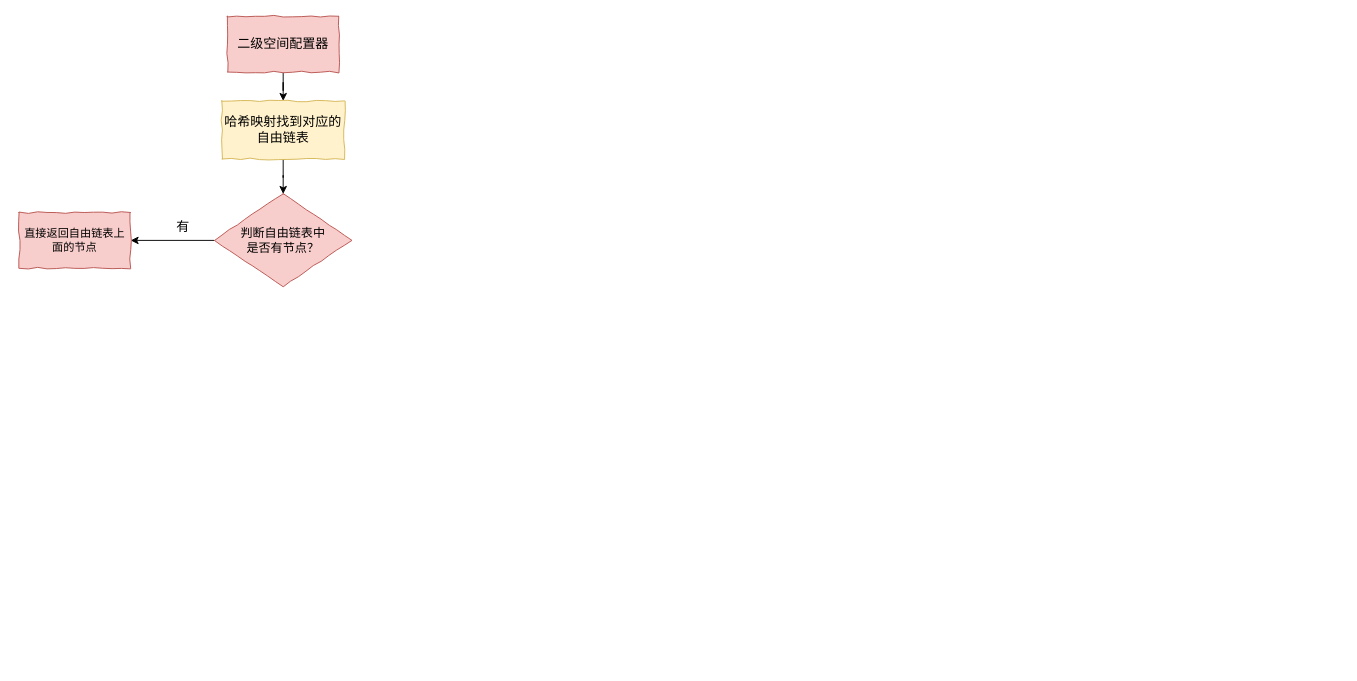
Earlier version of the draw.io diagram draw/STL空间配置器4.drawio (panoh/image). Source tidied: cells renumbered, new cells numbered last; positions are measured from the earlier drawing's top-left corner, leaving out a move shared by most shapes. Both pictures are drawn from the tidied source at 93%, with x=0, y=0 at pixel (19, 16).
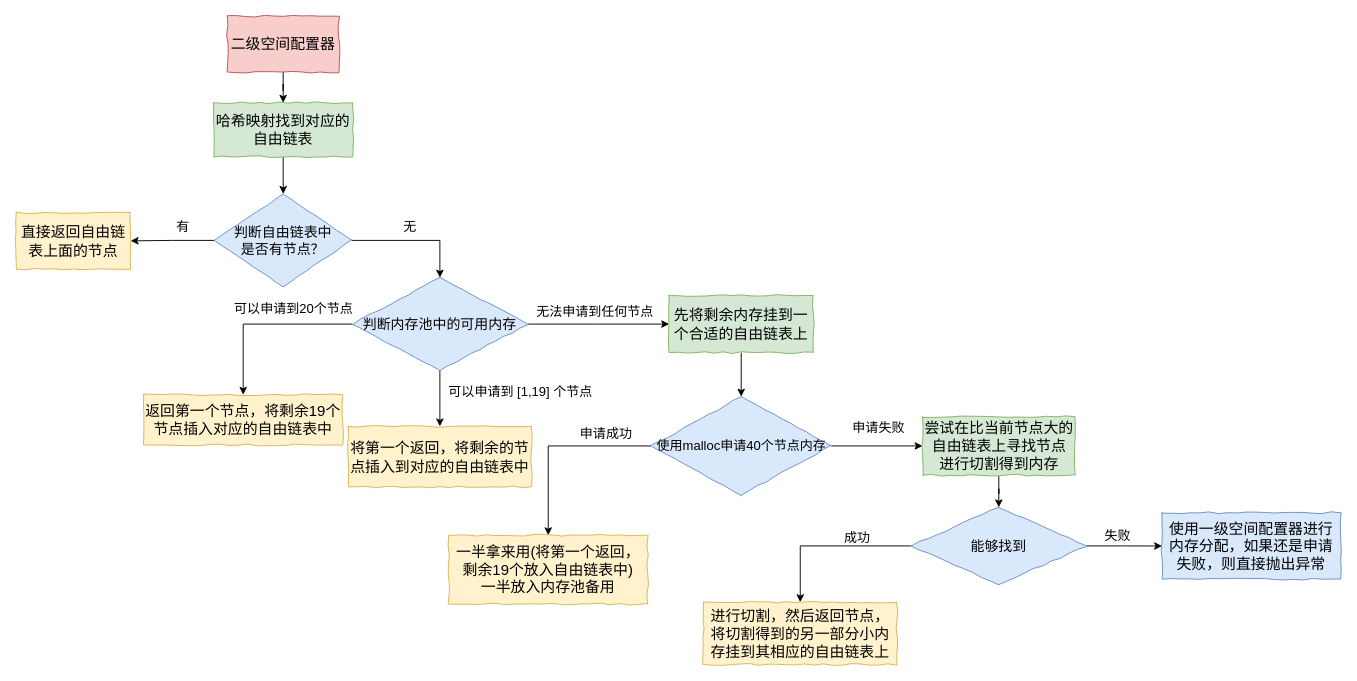
The same page after the edit.

Commit message:
更新STL空间配置器4.drawio

Diff of the diagram source:
```diff
@@
-    <mxCell id="3" value="&lt;font style=&quot;font-size: 14px;&quot;&gt;二级空间配置器&lt;/font&gt;" style="rounded=0;whiteSpace=wrap;html=1;fillColor=#f8cecc;strokeColor=#b85450;comic=1;" parent="1" vertex="1">
+    <mxCell id="3" value="&lt;font style=&quot;font-size: 16px;&quot;&gt;二级空间配置器&lt;/font&gt;" style="rounded=0;whiteSpace=wrap;html=1;fillColor=#f8cecc;strokeColor=#b85450;comic=1;" parent="1" vertex="1">
       <mxGeometry x="224" width="120" height="60" as="geometry" />
     </mxCell>
@@
+    <mxCell id="10" style="edgeStyle=orthogonalEdgeStyle;rounded=0;jettySize=auto;html=1;exitX=1;exitY=0.5;exitDx=0;exitDy=0;entryX=0.5;entryY=0;entryDx=0;entryDy=0;" parent="1" edge="1" source="5" target="15">
+      <mxGeometry relative="1" as="geometry" />
+    </mxCell>
-    <mxCell id="5" value="&lt;font style=&quot;font-size: 13px;&quot;&gt;判断自由链表中&lt;/font&gt;&lt;div style=&quot;font-size: 13px;&quot;&gt;&lt;font style=&quot;font-size: 13px;&quot;&gt;是否有节点？&lt;/font&gt;&lt;/div&gt;" style="rhombus;whiteSpace=wrap;html=1;fillColor=#f8cecc;strokeColor=#b85450;rounded=0;comic=1;" parent="1" vertex="1">
+    <mxCell id="5" value="&lt;font style=&quot;font-size: 15px;&quot;&gt;判断自由链表中&lt;/font&gt;&lt;div style=&quot;font-size: 15px;&quot;&gt;&lt;font style=&quot;font-size: 15px;&quot;&gt;是否有节点？&lt;/font&gt;&lt;/div&gt;" style="rhombus;whiteSpace=wrap;html=1;fillColor=#dae8fc;strokeColor=#6c8ebf;rounded=0;comic=1;" parent="1" vertex="1">
       <mxGeometry x="210" y="191" width="148" height="100" as="geometry" />
     </mxCell>
-    <mxCell id="6" value="直接返回自由链表上面的节点" style="whiteSpace=wrap;html=1;fillColor=#f8cecc;strokeColor=#b85450;rounded=0;comic=1;" parent="1" vertex="1">
-      <mxGeometry y="211" width="120" height="60" as="geometry" />
+    <mxCell id="6" value="&lt;font style=&quot;font-size: 16px;&quot;&gt;直接返回自由链表上面的节点&lt;/font&gt;" style="whiteSpace=wrap;html=1;fillColor=#fff2cc;strokeColor=#d6b656;rounded=0;comic=1;" parent="1" vertex="1">
+      <mxGeometry x="-3" y="211" width="123" height="61" as="geometry" />
     </mxCell>
@@
-    <mxCell id="9" value="&lt;span style=&quot;font-size: 14px;&quot;&gt;哈希映射找到对应的自由链表&lt;/span&gt;" style="rounded=0;whiteSpace=wrap;html=1;fillColor=#fff2cc;strokeColor=#d6b656;comic=1;" parent="1" vertex="1">
-      <mxGeometry x="218" y="91" width="132" height="62.5" as="geometry" />
+    <mxCell id="9" value="&lt;font style=&quot;font-size: 16px;&quot;&gt;哈希映射找到对应的自由链表&lt;/font&gt;" style="rounded=0;whiteSpace=wrap;html=1;fillColor=#d5e8d4;strokeColor=#82b366;comic=1;" parent="1" vertex="1">
+      <mxGeometry x="209" y="93" width="150" height="58" as="geometry" />
     </mxCell>
+    <mxCell id="11" value="&lt;font style=&quot;font-size: 14px;&quot;&gt;无&lt;/font&gt;" style="text;html=1;align=center;verticalAlign=middle;strokeColor=none;fillColor=none;" parent="1" vertex="1">
+      <mxGeometry x="404" y="211.5" width="32" height="29" as="geometry" />
+    </mxCell>
+    <mxCell id="12" style="edgeStyle=orthogonalEdgeStyle;rounded=0;jettySize=auto;html=1;" parent="1" edge="1" source="15" target="16">
+      <mxGeometry relative="1" as="geometry" />
+    </mxCell>
+    <mxCell id="13" style="edgeStyle=orthogonalEdgeStyle;rounded=0;jettySize=auto;html=1;" parent="1" edge="1" source="15" target="18">
+      <mxGeometry relative="1" as="geometry" />
+    </mxCell>
+    <mxCell id="14" style="edgeStyle=orthogonalEdgeStyle;rounded=0;jettySize=auto;html=1;exitX=1;exitY=0.5;exitDx=0;exitDy=0;" parent="1" edge="1" source="15" target="22">
+      <mxGeometry relative="1" as="geometry" />
+    </mxCell>
+    <mxCell id="15" value="&lt;font style=&quot;font-size: 15px;&quot;&gt;&lt;font style=&quot;font-size: 15px;&quot;&gt;判断内存池中的可用&lt;/font&gt;&lt;span style=&quot;background-color: initial;&quot;&gt;内存&lt;/span&gt;&lt;/font&gt;" style="rhombus;whiteSpace=wrap;html=1;fillColor=#dae8fc;strokeColor=#6c8ebf;rounded=0;comic=1;" parent="1" vertex="1">
+      <mxGeometry x="358" y="281" width="189" height="100" as="geometry" />
+    </mxCell>
+    <mxCell id="16" value="&lt;font style=&quot;font-size: 16px;&quot;&gt;返回第一个节点，将剩余19个节点插入对应的自由链表中&lt;/font&gt;" style="whiteSpace=wrap;html=1;fillColor=#fff2cc;strokeColor=#d6b656;rounded=0;comic=1;" parent="1" vertex="1">
+      <mxGeometry x="134" y="407" width="214" height="54" as="geometry" />
+    </mxCell>
+    <mxCell id="17" value="&lt;span style=&quot;font-size: 14px;&quot;&gt;可以申请到20个节点&lt;/span&gt;" style="text;html=1;align=center;verticalAlign=middle;strokeColor=none;fillColor=none;" parent="1" vertex="1">
+      <mxGeometry x="222" y="300" width="146" height="29" as="geometry" />
+    </mxCell>
+    <mxCell id="18" value="&lt;font style=&quot;font-size: 16px;&quot;&gt;将第一个返回，将剩余的节点插入到对应的自由链表中&lt;/font&gt;" style="whiteSpace=wrap;html=1;fillColor=#fff2cc;strokeColor=#d6b656;rounded=0;comic=1;" parent="1" vertex="1">
+      <mxGeometry x="354" y="441" width="197" height="65" as="geometry" />
+    </mxCell>
+    <mxCell id="19" value="&lt;span style=&quot;font-size: 14px;&quot;&gt;可以申请到 [1,19] 个节点&lt;/span&gt;" style="text;html=1;align=center;verticalAlign=middle;strokeColor=none;fillColor=none;" parent="1" vertex="1">
+      <mxGeometry x="452" y="389" width="173" height="29" as="geometry" />
+    </mxCell>
+    <mxCell id="20" value="&lt;span style=&quot;font-size: 14px;&quot;&gt;无法申请到任何节点&lt;/span&gt;" style="text;html=1;align=center;verticalAlign=middle;strokeColor=none;fillColor=none;" parent="1" vertex="1">
+      <mxGeometry x="547" y="303" width="144" height="29" as="geometry" />
+    </mxCell>
+    <mxCell id="21" style="edgeStyle=orthogonalEdgeStyle;rounded=0;jettySize=auto;html=1;" parent="1" edge="1" source="22" target="25">
+      <mxGeometry relative="1" as="geometry" />
+    </mxCell>
+    <mxCell id="22" value="&lt;font style=&quot;font-size: 16px;&quot;&gt;先将剩余内存挂到一个合适的自由链表上&lt;/font&gt;" style="whiteSpace=wrap;html=1;fillColor=#d5e8d4;strokeColor=#82b366;rounded=0;comic=1;" parent="1" vertex="1">
+      <mxGeometry x="699" y="300.2" width="155" height="61.5" as="geometry" />
+    </mxCell>
+    <mxCell id="23" style="edgeStyle=orthogonalEdgeStyle;rounded=0;jettySize=auto;html=1;" parent="1" edge="1" source="25" target="26">
+      <mxGeometry relative="1" as="geometry" />
+    </mxCell>
+    <mxCell id="24" style="edgeStyle=orthogonalEdgeStyle;rounded=0;jettySize=auto;html=1;" parent="1" edge="1" source="25" target="30">
+      <mxGeometry relative="1" as="geometry" />
+    </mxCell>
+    <mxCell id="25" value="&lt;font style=&quot;font-size: 14px;&quot;&gt;使用malloc申请40个节点内存&lt;/font&gt;" style="rhombus;whiteSpace=wrap;html=1;fillColor=#dae8fc;strokeColor=#6c8ebf;rounded=0;comic=1;" parent="1" vertex="1">
+      <mxGeometry x="679.5" y="409" width="194" height="106" as="geometry" />
+    </mxCell>
+    <mxCell id="26" value="&lt;font style=&quot;font-size: 16px;&quot;&gt;一半拿来用(将第一个返回，剩余19个放入自由链表中)&lt;/font&gt;&lt;div style=&quot;font-size: 16px;&quot;&gt;&lt;font style=&quot;font-size: 16px;&quot;&gt;一半放入内存池备用&lt;/font&gt;&lt;/div&gt;" style="whiteSpace=wrap;html=1;fillColor=#fff2cc;strokeColor=#d6b656;rounded=0;comic=1;" parent="1" vertex="1">
+      <mxGeometry x="462" y="558" width="214" height="74" as="geometry" />
+    </mxCell>
+    <mxCell id="27" value="&lt;font style=&quot;font-size: 14px;&quot;&gt;申请成功&lt;/font&gt;" style="text;html=1;align=center;verticalAlign=middle;strokeColor=none;fillColor=none;" parent="1" vertex="1">
+      <mxGeometry x="594" y="434" width="74" height="29" as="geometry" />
+    </mxCell>
+    <mxCell id="28" value="&lt;font style=&quot;font-size: 14px;&quot;&gt;申请失败&lt;/font&gt;" style="text;html=1;align=center;verticalAlign=middle;strokeColor=none;fillColor=none;" parent="1" vertex="1">
+      <mxGeometry x="887" y="428" width="74" height="29" as="geometry" />
+    </mxCell>
+    <mxCell id="29" style="edgeStyle=orthogonalEdgeStyle;rounded=0;jettySize=auto;html=1;" parent="1" edge="1" source="30" target="33">
+      <mxGeometry relative="1" as="geometry" />
+    </mxCell>
+    <mxCell id="30" value="&lt;div style=&quot;font-size: 16px;&quot;&gt;&lt;font style=&quot;font-size: 16px;&quot;&gt;&lt;br&gt;&lt;/font&gt;&lt;/div&gt;&lt;div style=&quot;font-size: 16px;&quot;&gt;&lt;font style=&quot;font-size: 16px;&quot;&gt;尝试在比当前节点大的&lt;/font&gt;&lt;/div&gt;&lt;div style=&quot;font-size: 16px;&quot;&gt;&lt;font style=&quot;font-size: 16px;&quot;&gt;自由链表上寻找节点&lt;/font&gt;&lt;/div&gt;&lt;div style=&quot;font-size: 16px;&quot;&gt;&lt;font style=&quot;font-size: 16px;&quot;&gt;进行切割得到内存&lt;/font&gt;&lt;/div&gt;&lt;div style=&quot;font-size: 16px;&quot;&gt;&lt;br&gt;&lt;/div&gt;" style="rounded=0;whiteSpace=wrap;html=1;fillColor=#d5e8d4;strokeColor=#82b366;comic=1;" parent="1" vertex="1">
+      <mxGeometry x="971.5" y="430.5" width="164" height="63" as="geometry" />
+    </mxCell>
+    <mxCell id="31" style="edgeStyle=orthogonalEdgeStyle;rounded=0;jettySize=auto;html=1;" parent="1" edge="1" source="33" target="34">
+      <mxGeometry relative="1" as="geometry" />
+    </mxCell>
+    <mxCell id="32" style="edgeStyle=orthogonalEdgeStyle;rounded=0;jettySize=auto;html=1;" parent="1" edge="1" source="33" target="36">
+      <mxGeometry relative="1" as="geometry" />
+    </mxCell>
+    <mxCell id="33" value="&lt;font style=&quot;font-size: 15px;&quot;&gt;能够找到&lt;/font&gt;" style="rhombus;whiteSpace=wrap;html=1;fillColor=#dae8fc;strokeColor=#6c8ebf;rounded=0;comic=1;" parent="1" vertex="1">
+      <mxGeometry x="959" y="528" width="189" height="83" as="geometry" />
+    </mxCell>
+    <mxCell id="34" value="&lt;div style=&quot;font-size: 16px;&quot;&gt;&lt;font style=&quot;font-size: 16px;&quot;&gt;进行切割，然后返回节点，将切割得到的另一部分&lt;span style=&quot;background-color: initial;&quot;&gt;小内存挂到&lt;/span&gt;&lt;/font&gt;&lt;span style=&quot;background-color: initial;&quot;&gt;其相应的&lt;/span&gt;&lt;span style=&quot;background-color: initial;&quot;&gt;自由链表上&lt;/span&gt;&lt;/div&gt;" style="whiteSpace=wrap;html=1;fillColor=#fff2cc;strokeColor=#d6b656;rounded=0;comic=1;" parent="1" vertex="1">
+      <mxGeometry x="736" y="630" width="208" height="67" as="geometry" />
+    </mxCell>
+    <mxCell id="35" value="&lt;font style=&quot;font-size: 14px;&quot;&gt;成功&lt;/font&gt;" style="text;html=1;align=center;verticalAlign=middle;strokeColor=none;fillColor=none;" parent="1" vertex="1">
+      <mxGeometry x="878" y="546" width="46" height="29" as="geometry" />
+    </mxCell>
+    <mxCell id="36" value="&lt;font style=&quot;font-size: 16px;&quot;&gt;使用一级空间配置器进行内存分配，如果还是申请失败，则直接抛出异常&lt;/font&gt;" style="whiteSpace=wrap;html=1;fillColor=#dae8fc;strokeColor=#6c8ebf;rounded=0;comic=1;" parent="1" vertex="1">
+      <mxGeometry x="1229" y="533.8" width="192" height="71.5" as="geometry" />
+    </mxCell>
+    <mxCell id="37" value="&lt;font style=&quot;font-size: 14px;&quot;&gt;失败&lt;/font&gt;" style="text;html=1;align=center;verticalAlign=middle;strokeColor=none;fillColor=none;" parent="1" vertex="1">
+      <mxGeometry x="1158" y="544" width="46" height="29" as="geometry" />
+    </mxCell>
```
